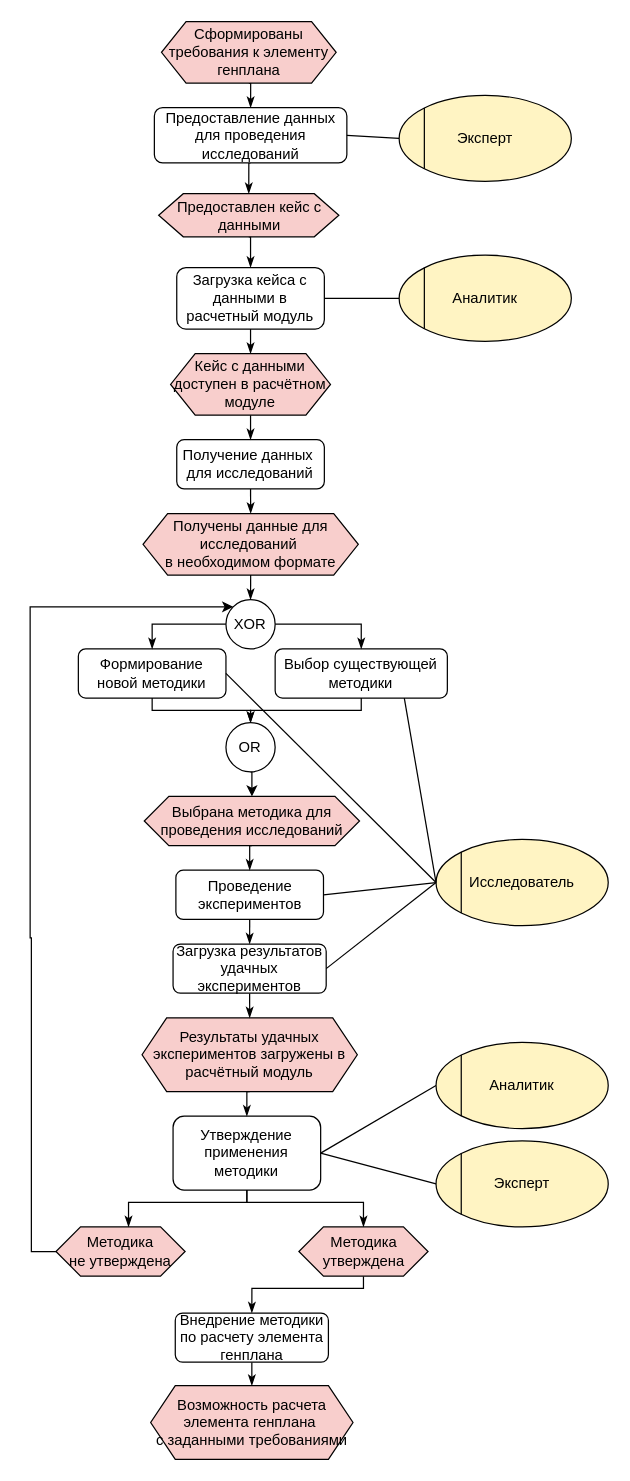
Earlier version of the draw.io diagram master/sources/diploma/analysis/diagrams/usecases/common_epc.drawio (stalker-fc/diploma). Source tidied: cells renumbered, new cells numbered last; positions are measured from the earlier drawing's top-left corner, leaving out a move shared by most shapes. Both pictures are drawn from the tidied source at 123%, with x=0, y=0 at pixel (30, 21).
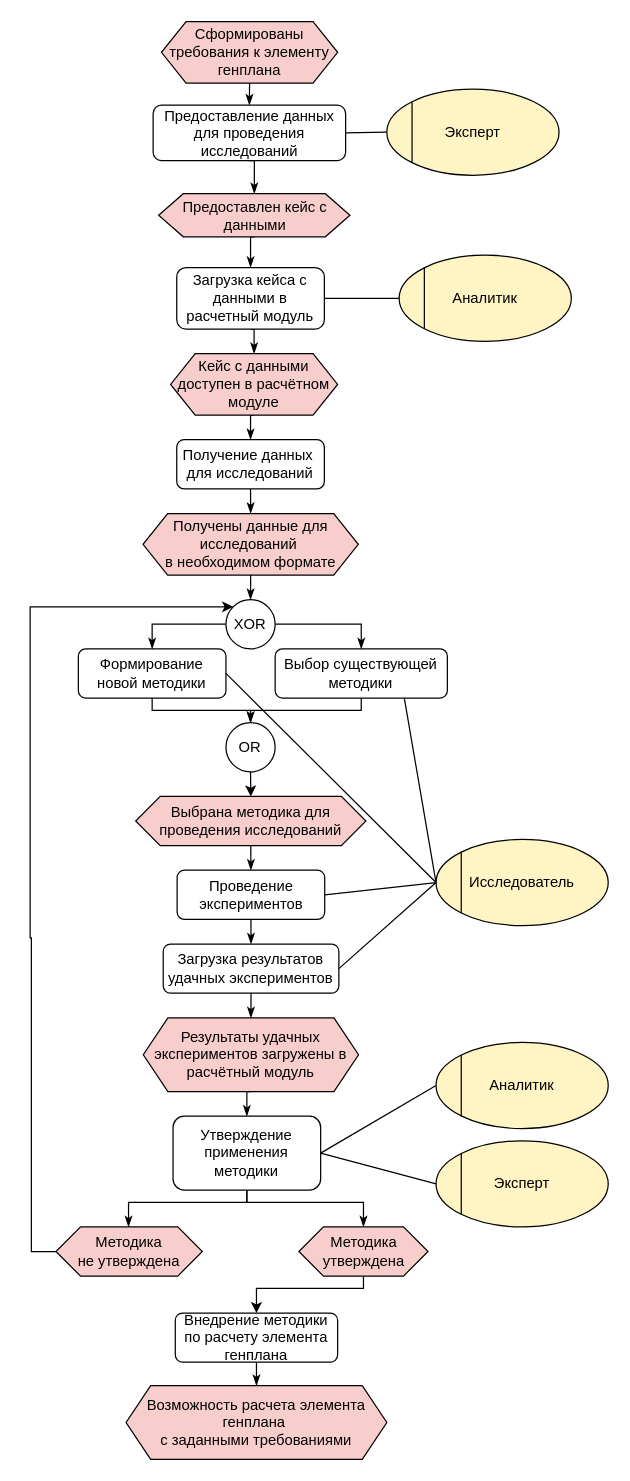
The same diagram, later.

The change refers to these unchanged cells:
```xml
<mxCell id="41" value="Методика утверждена" style="shape=hexagon;perimeter=hexagonPerimeter2;whiteSpace=wrap;html=1;fixedSize=1;fillColor=#F8CECC;" parent="1" vertex="1">
  <mxGeometry x="218.5" y="980" width="105" height="40" as="geometry" />
</mxCell>
```

Change to the diagram source:
```diff
@@
     <mxCell id="5" style="group;" parent="1" vertex="1">
-      <mxGeometry x="290" y="70" width="140" height="70" as="geometry" />
+      <mxGeometry x="280" y="64" width="140" height="70" as="geometry" />
     </mxCell>
@@
     <mxCell id="7" value="Эксперт" style="ellipse;whiteSpace=wrap;html=1;fillColor=#FFF4C3;" parent="5" vertex="1">
-      <mxGeometry x="10" y="-10" width="140" height="70" as="geometry" />
+      <mxGeometry x="10" y="-9" width="140" height="70" as="geometry" />
     </mxCell>
@@
     <mxCell id="13" value="Сформированы требования к элементу генплана" style="shape=hexagon;perimeter=hexagonPerimeter2;whiteSpace=wrap;html=1;fixedSize=1;fillColor=#F8CECC;" parent="1" vertex="1">
-      <mxGeometry x="106.8" width="142" height="50" as="geometry" />
+      <mxGeometry x="106.8" width="143.2" height="50" as="geometry" />
     </mxCell>
@@
     <mxCell id="15" value="Предоставление данных&lt;br&gt;для проведения исследований" style="rounded=1;whiteSpace=wrap;html=1;" parent="1" vertex="1">
-      <mxGeometry x="101" y="70" width="156.5" height="45" as="geometry" />
+      <mxGeometry x="100" y="68" width="156.5" height="45" as="geometry" />
     </mxCell>
@@
     <mxCell id="21" value="Проведение экспериментов" style="rounded=1;whiteSpace=wrap;html=1;fillColor=#FFFFFF;" parent="1" vertex="1">
-      <mxGeometry x="118.5" y="690" width="120" height="40" as="geometry" />
+      <mxGeometry x="119.5" y="690" width="120" height="40" as="geometry" />
     </mxCell>
@@
     <mxCell id="25" value="Предоставлен кейс с данными" style="shape=hexagon;perimeter=hexagonPerimeter2;whiteSpace=wrap;html=1;fixedSize=1;fillColor=#F8CECC;" parent="1" vertex="1">
-      <mxGeometry x="104.5" y="140" width="146.5" height="35" as="geometry" />
+      <mxGeometry x="104.5" y="140" width="155.5" height="35" as="geometry" />
     </mxCell>
@@
     <mxCell id="27" value="Кейс с данными доступен в расчётном модуле" style="shape=hexagon;perimeter=hexagonPerimeter2;whiteSpace=wrap;html=1;fixedSize=1;fillColor=#F8CECC;" parent="1" vertex="1">
-      <mxGeometry x="114.2" y="270" width="130" height="50" as="geometry" />
+      <mxGeometry x="114.2" y="270" width="135.8" height="50" as="geometry" />
     </mxCell>
@@
-    <mxCell id="40" style="edgeStyle=orthogonalEdgeStyle;rounded=0;jettySize=auto;html=1;exitX=0.5;exitY=1;exitDx=0;exitDy=0;entryX=0.5;entryY=0;entryDx=0;entryDy=0;endArrow=classicThin;endFill=1;" parent="1" edge="1" source="41" target="57">
+    <mxCell id="40" style="edgeStyle=orthogonalEdgeStyle;rounded=0;jettySize=auto;html=1;exitX=0.5;exitY=1;exitDx=0;exitDy=0;entryX=0.5;entryY=0;entryDx=0;entryDy=0;" parent="1" edge="1" source="41" target="57">
       <mxGeometry relative="1" as="geometry">
         <Array as="points">
-          <mxPoint x="270.5" y="1030" />
-          <mxPoint x="180.5" y="1030" />
+          <mxPoint x="271" y="1030" />
+          <mxPoint x="184" y="1030" />
         </Array>
       </mxGeometry>
     </mxCell>
@@
     <mxCell id="43" value="Методика&lt;br&gt;не утверждена" style="shape=hexagon;perimeter=hexagonPerimeter2;whiteSpace=wrap;html=1;fixedSize=1;fillColor=#F8CECC;" parent="1" vertex="1">
-      <mxGeometry x="21" y="980" width="105" height="40" as="geometry" />
+      <mxGeometry x="21" y="980" width="119" height="40" as="geometry" />
     </mxCell>
@@
     <mxCell id="45" value="Выбрана методика для проведения исследований" style="shape=hexagon;perimeter=hexagonPerimeter2;whiteSpace=wrap;html=1;fixedSize=1;fillColor=#F8CECC;" parent="1" vertex="1">
-      <mxGeometry x="92.8" y="630" width="175" height="40" as="geometry" />
+      <mxGeometry x="85.8" y="630" width="187.2" height="40" as="geometry" />
     </mxCell>
@@
     <mxCell id="47" value="Результаты удачных экспериментов загружены в расчётный модуль" style="shape=hexagon;perimeter=hexagonPerimeter2;whiteSpace=wrap;html=1;fixedSize=1;fillColor=#F8CECC;" parent="1" vertex="1">
-      <mxGeometry x="91" y="810" width="175" height="60" as="geometry" />
+      <mxGeometry x="92" y="810" width="175" height="60" as="geometry" />
     </mxCell>
@@
     <mxCell id="49" value="Загрузка результатов удачных экспериментов" style="rounded=1;whiteSpace=wrap;html=1;fillColor=#FFFFFF;" parent="1" vertex="1">
-      <mxGeometry x="116.2" y="750" width="124.5" height="40" as="geometry" />
+      <mxGeometry x="108.2" y="750" width="142.8" height="40" as="geometry" />
     </mxCell>
@@
     <mxCell id="57" value="Внедрение методики по расчету элемента генплана" style="rounded=1;whiteSpace=wrap;html=1;fillColor=#FFFFFF;" parent="1" vertex="1">
-      <mxGeometry x="118" y="1050" width="124.5" height="40" as="geometry" />
+      <mxGeometry x="118" y="1050" width="132" height="40" as="geometry" />
     </mxCell>
     <mxCell id="58" value="Возможность расчета элемента генплана&amp;nbsp;&lt;br&gt;с заданными требованиями" style="shape=hexagon;perimeter=hexagonPerimeter2;whiteSpace=wrap;html=1;fixedSize=1;fillColor=#F8CECC;" parent="1" vertex="1">
-      <mxGeometry x="98" y="1109" width="164.5" height="60" as="geometry" />
+      <mxGeometry x="78" y="1109" width="212" height="60" as="geometry" />
     </mxCell>
```
